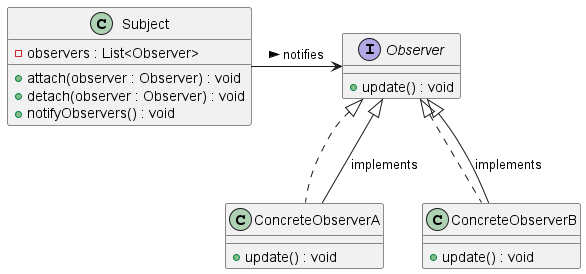
Before: Patterns/Manuscript/manuscript/images/ch14_Observer/ObserverPatternClassDiagram.png, a diagram exported from PlantUML (Gabriel-SoftwareAG/DesignPatterns).
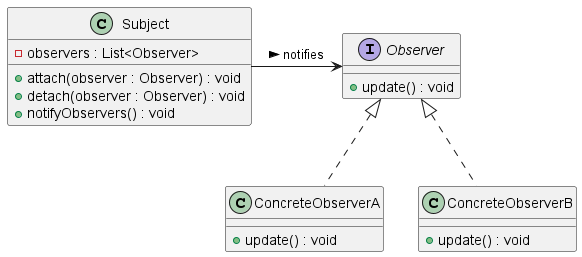
The same diagram one commit later.

What changed in the source:
```diff
@@ -20,7 +20,5 @@
 }
 
 Subject -right-> Observer : notifies >
-Observer <|-down- ConcreteObserverA : implements
-Observer <|-down- ConcreteObserverB : implements
 
 @enduml
```
